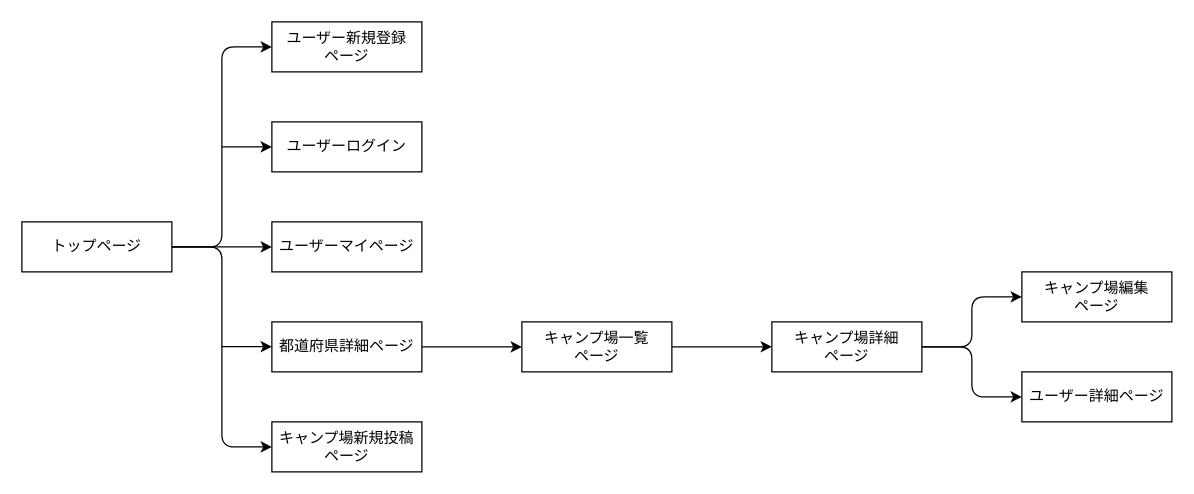
This is campTransition.dio from yuto1108/camp_memory_app, a draw.io file, before an edit. Source tidied: cells renumbered, new cells numbered last; positions are measured from the earlier drawing's top-left corner, leaving out a move shared by most shapes. Both pictures are drawn from the tidied source at 125%, with x=0, y=0 at pixel (21, 21).
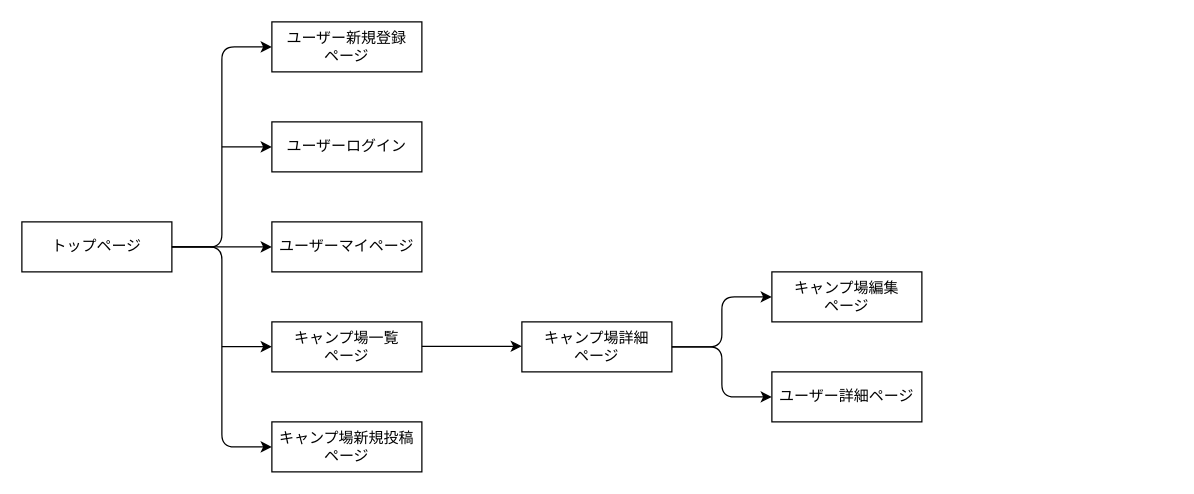
The same page after the edit.

Change to the diagram source:
```diff
@@
-    <mxCell id="6" value="都道府県詳細ページ" style="rounded=0;whiteSpace=wrap;html=1;" parent="1" vertex="1">
-      <mxGeometry x="200" y="240" width="120" height="40" as="geometry" />
-    </mxCell>
@@
     <mxCell id="8" value="ユーザー詳細ページ" style="rounded=0;whiteSpace=wrap;html=1;" parent="1" vertex="1">
-      <mxGeometry x="800" y="280" width="120" height="40" as="geometry" />
+      <mxGeometry x="600" y="280" width="120" height="40" as="geometry" />
     </mxCell>
     <mxCell id="9" value="キャンプ場詳細&lt;br&gt;ページ" style="rounded=0;whiteSpace=wrap;html=1;" parent="1" vertex="1">
-      <mxGeometry x="600" y="240" width="120" height="40" as="geometry" />
+      <mxGeometry x="400" y="240" width="120" height="40" as="geometry" />
     </mxCell>
     <mxCell id="10" value="キャンプ場一覧&lt;br&gt;ページ" style="rounded=0;whiteSpace=wrap;html=1;" parent="1" vertex="1">
-      <mxGeometry x="400" y="240" width="120" height="40" as="geometry" />
+      <mxGeometry x="200" y="240" width="120" height="40" as="geometry" />
     </mxCell>
     <mxCell id="11" value="キャンプ場編集&lt;br&gt;ページ" style="rounded=0;whiteSpace=wrap;html=1;" parent="1" vertex="1">
-      <mxGeometry x="800" y="200" width="120" height="40" as="geometry" />
+      <mxGeometry x="600" y="200" width="120" height="40" as="geometry" />
     </mxCell>
@@
-    <mxCell id="17" style="endArrow=classic;html=1;entryX=0;entryY=0.5;entryDx=0;entryDy=0;" parent="1" edge="1" target="10">
-      <mxGeometry relative="1" as="geometry">
-        <mxPoint x="320" y="260" as="sourcePoint" />
-      </mxGeometry>
-    </mxCell>
     <mxCell id="18" style="endArrow=classic;html=1;entryX=0;entryY=0.5;entryDx=0;entryDy=0;" parent="1" edge="1">
       <mxGeometry relative="1" as="geometry">
-        <mxPoint x="520" y="259.9" as="sourcePoint" />
-        <mxPoint x="600" y="259.9" as="targetPoint" />
+        <mxPoint x="320" y="259.5" as="sourcePoint" />
+        <mxPoint x="400" y="259.5" as="targetPoint" />
       </mxGeometry>
     </mxCell>
-    <mxCell id="19" style="endArrow=classic;html=1;entryX=0;entryY=0.5;entryDx=0;entryDy=0;" parent="1" edge="1" target="11">
+    <mxCell id="19" style="endArrow=classic;html=1;entryX=0;entryY=0.5;entryDx=0;entryDy=0;" parent="1" edge="1">
       <mxGeometry relative="1" as="geometry">
-        <mxPoint x="720" y="259.9" as="sourcePoint" />
+        <mxPoint x="520" y="259.9" as="sourcePoint" />
+        <mxPoint x="600" y="220" as="targetPoint" />
         <Array as="points">
-          <mxPoint x="760" y="260" />
-          <mxPoint x="760" y="220" />
+          <mxPoint x="560" y="260" />
+          <mxPoint x="560" y="220" />
         </Array>
       </mxGeometry>
     </mxCell>
-    <mxCell id="20" style="endArrow=classic;html=1;entryX=0;entryY=0.5;entryDx=0;entryDy=0;" parent="1" edge="1" target="8">
+    <mxCell id="20" style="endArrow=classic;html=1;entryX=0;entryY=0.5;entryDx=0;entryDy=0;" parent="1" edge="1">
       <mxGeometry relative="1" as="geometry">
-        <mxPoint x="720" y="260" as="sourcePoint" />
+        <mxPoint x="520" y="260" as="sourcePoint" />
+        <mxPoint x="600" y="300" as="targetPoint" />
         <Array as="points">
-          <mxPoint x="760" y="260" />
-          <mxPoint x="760" y="300" />
+          <mxPoint x="560" y="260" />
+          <mxPoint x="560" y="300" />
         </Array>
       </mxGeometry>
     </mxCell>
```
